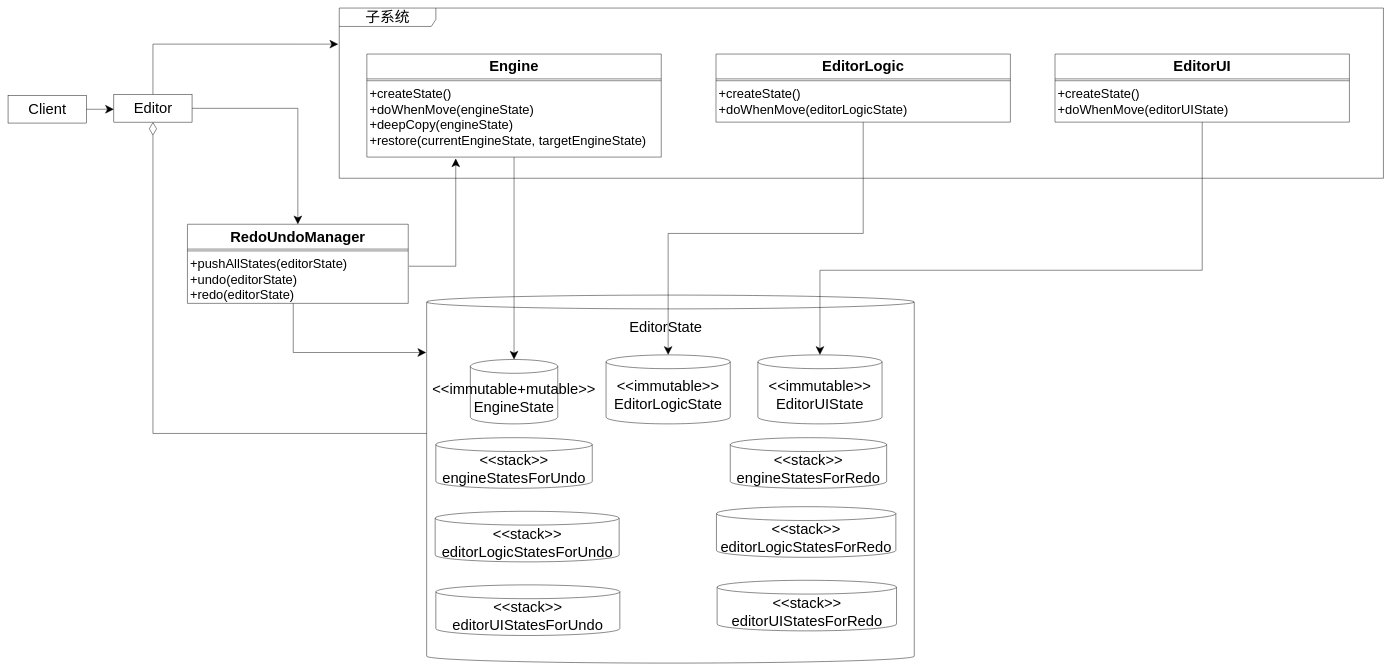
Before: packages/撤销重做模式/story_improve/UML.drawio in yyc-git/3DProgramPattern, a draw.io diagram. Source tidied: cells renumbered, new cells numbered last; positions are measured from the earlier drawing's top-left corner, leaving out a move shared by most shapes. Both pictures are drawn from the tidied source at 46%, with x=0, y=0 at pixel (8, 8).
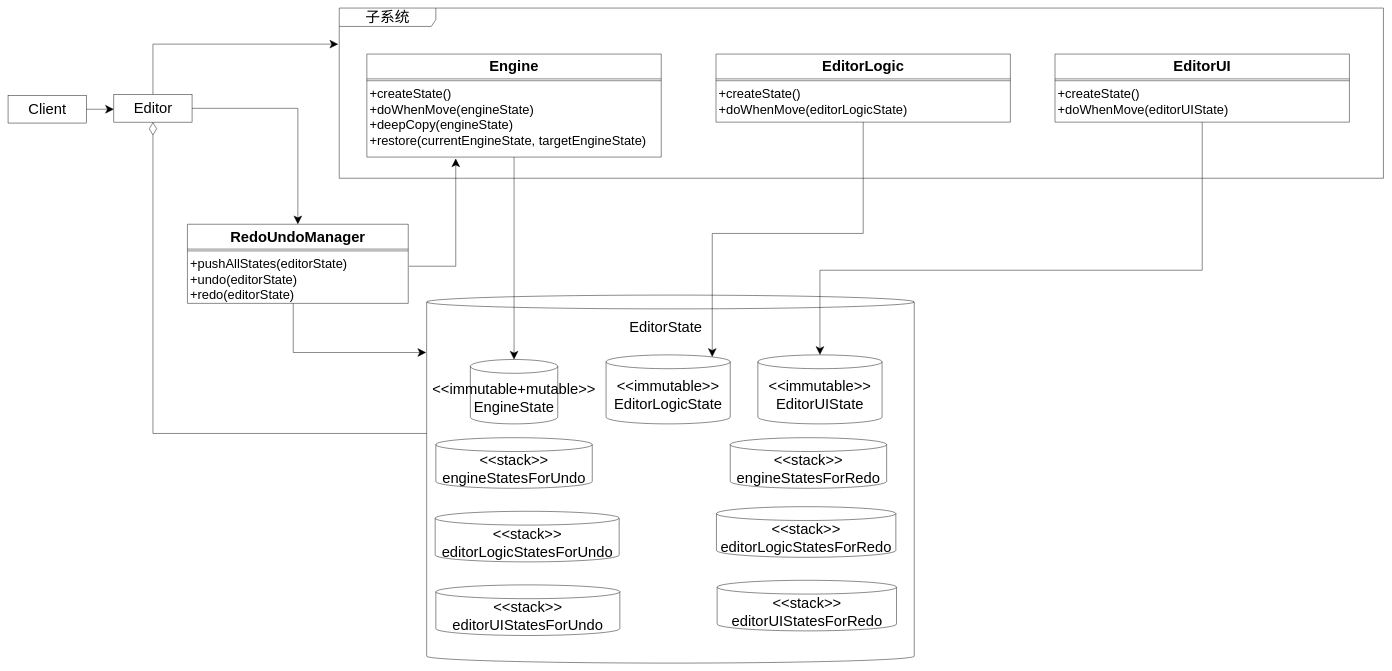
Above is the later version.

The change refers to these unchanged cells:
```xml
<mxCell id="13" value="&lt;font style=&quot;font-size: 32px&quot;&gt;&amp;lt;&amp;lt;immutable&amp;gt;&amp;gt;&lt;br&gt;EditorLogicState&lt;/font&gt;" style="shape=cylinder3;whiteSpace=wrap;html=1;boundedLbl=1;backgroundOutline=1;size=15;" parent="1" vertex="1">
  <mxGeometry x="1300" y="754" width="270" height="150" as="geometry" />
</mxCell>
<mxCell id="20" value="EditorLogic" style="swimlane;fontStyle=1;align=center;verticalAlign=top;horizontal=1;startSize=54;fontSize=32;" parent="1" vertex="1">
  <mxGeometry x="1539" y="100" width="640" height="148" as="geometry" />
</mxCell>
```

The edit, as a diff of the source:
```diff
@@
-    <mxCell id="19" style="edgeStyle=orthogonalEdgeStyle;rounded=0;jettySize=auto;html=1;startSize=16;endSize=16;entryX=0.5;entryY=0;entryDx=0;entryDy=0;entryPerimeter=0;" parent="1" edge="1" source="20" target="13">
+    <mxCell id="19" style="edgeStyle=orthogonalEdgeStyle;rounded=0;jettySize=auto;html=1;startSize=16;endSize=16;entryX=0.855;entryY=0;entryDx=0;entryDy=4.35;entryPerimeter=0;" parent="1" edge="1" source="20" target="13">
       <mxGeometry relative="1" as="geometry">
         <Array as="points">
           <mxPoint x="1859" y="490" />
-          <mxPoint x="1435" y="490" />
+          <mxPoint x="1531" y="490" />
         </Array>
       </mxGeometry>
     </mxCell>
```
